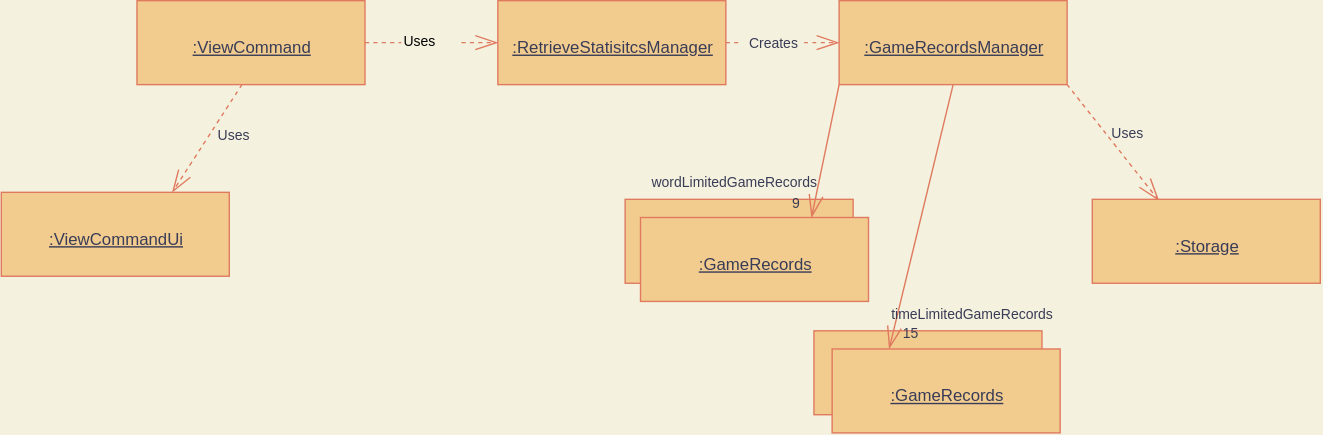
This is docs/uml/ViewStatistics-4.drawio.svg from nus-cs2113-AY2122S1/tp, a draw.io export, as it was before one commit. Source tidied: cells renumbered, new cells last; positions are measured from the earlier drawing's top-left corner, leaving out a move shared by most shapes. The source it was exported from:
```xml
<mxGraphModel background="#F4F1DE">
  <root>
    <mxCell id="0" />
    <mxCell id="1" parent="0" />
    <mxCell id="2" style="edgeStyle=none;rounded=0;sketch=0;hachureGap=4;jettySize=auto;html=1;exitX=1;exitY=0.5;exitDx=0;exitDy=0;fontFamily=Architects Daughter;fontSource=https%3A%2F%2Ffonts.googleapis.com%2Fcss%3Ffamily%3DArchitects%2BDaughter;fontSize=16;endArrow=openThin;startSize=14;endSize=14;targetPerimeterSpacing=8;entryX=0;entryY=0.5;entryDx=0;entryDy=0;endFill=0;strokeColor=#E07A5F;fontColor=#393C56;dashed=1;startArrow=none;startFill=0;labelBackgroundColor=#F4F1DE;" parent="1" edge="1" source="22" target="4">
      <mxGeometry relative="1" as="geometry" />
    </mxCell>
    <mxCell id="3" style="edgeStyle=none;curved=1;rounded=1;sketch=0;hachureGap=4;jettySize=auto;html=1;exitX=1;exitY=0.5;exitDx=0;exitDy=0;entryX=0;entryY=0.5;entryDx=0;entryDy=0;dashed=1;fontFamily=Helvetica;fontSize=10;fontColor=#393C56;startArrow=none;startFill=0;endArrow=openThin;endFill=0;startSize=14;endSize=14;targetPerimeterSpacing=8;strokeColor=#E07A5F;fillColor=#F2CC8F;labelBackgroundColor=#F4F1DE;" parent="1" edge="1" source="20" target="7">
      <mxGeometry relative="1" as="geometry" />
    </mxCell>
    <mxCell id="4" value="&lt;font face=&quot;Helvetica&quot; style=&quot;font-size: 12px&quot;&gt;&lt;u&gt;:RetrieveStatisitcsManager&lt;/u&gt;&lt;/font&gt;" style="html=1;sketch=0;hachureGap=4;fontFamily=Architects Daughter;fontSource=https%3A%2F%2Ffonts.googleapis.com%2Fcss%3Ffamily%3DArchitects%2BDaughter;fontSize=20;fillColor=#F2CC8F;strokeColor=#E07A5F;fontColor=#393C56;" parent="1" vertex="1">
      <mxGeometry x="355" width="163" height="60" as="geometry" />
    </mxCell>
    <mxCell id="5" value="&lt;font face=&quot;Helvetica&quot; style=&quot;font-size: 12px&quot;&gt;&lt;u&gt;:ViewCommand&lt;/u&gt;&lt;/font&gt;" style="html=1;sketch=0;hachureGap=4;fontFamily=Architects Daughter;fontSource=https%3A%2F%2Ffonts.googleapis.com%2Fcss%3Ffamily%3DArchitects%2BDaughter;fontSize=20;fillColor=#F2CC8F;strokeColor=#E07A5F;fontColor=#393C56;" parent="1" vertex="1">
      <mxGeometry x="97" width="163" height="60" as="geometry" />
    </mxCell>
    <mxCell id="6" style="edgeStyle=none;curved=1;rounded=1;sketch=0;hachureGap=4;jettySize=auto;html=1;entryX=0.292;entryY=0.015;entryDx=0;entryDy=0;entryPerimeter=0;dashed=1;fontFamily=Helvetica;fontSize=12;fontColor=#393C56;startArrow=none;startFill=0;endArrow=openThin;endFill=0;startSize=14;endSize=14;sourcePerimeterSpacing=8;targetPerimeterSpacing=8;strokeColor=#E07A5F;fillColor=#F2CC8F;exitX=1;exitY=1;exitDx=0;exitDy=0;labelBackgroundColor=#F4F1DE;" parent="1" edge="1" source="7" target="18">
      <mxGeometry x="0.12" y="4" relative="1" as="geometry" />
    </mxCell>
    <mxCell id="7" value="&lt;font face=&quot;Helvetica&quot; style=&quot;font-size: 12px&quot;&gt;&lt;u&gt;:GameRecordsManager&lt;/u&gt;&lt;/font&gt;" style="html=1;sketch=0;hachureGap=4;fontFamily=Architects Daughter;fontSource=https%3A%2F%2Ffonts.googleapis.com%2Fcss%3Ffamily%3DArchitects%2BDaughter;fontSize=20;fillColor=#F2CC8F;strokeColor=#E07A5F;fontColor=#393C56;" parent="1" vertex="1">
      <mxGeometry x="599" width="163" height="60" as="geometry" />
    </mxCell>
    <mxCell id="8" style="html=1;sketch=0;hachureGap=4;fontFamily=Architects Daughter;fontSource=https%3A%2F%2Ffonts.googleapis.com%2Fcss%3Ffamily%3DArchitects%2BDaughter;fontSize=20;fillColor=#F2CC8F;strokeColor=#E07A5F;fontColor=#393C56;" parent="1" vertex="1">
      <mxGeometry x="446" y="142" width="163" height="60" as="geometry" />
    </mxCell>
    <mxCell id="9" value="&lt;font face=&quot;Helvetica&quot; style=&quot;font-size: 12px&quot;&gt;&lt;u&gt;:GameRecords&lt;/u&gt;&lt;/font&gt;" style="html=1;sketch=0;hachureGap=4;fontFamily=Architects Daughter;fontSource=https%3A%2F%2Ffonts.googleapis.com%2Fcss%3Ffamily%3DArchitects%2BDaughter;fontSize=20;fillColor=#F2CC8F;strokeColor=#E07A5F;fontColor=#393C56;" parent="1" vertex="1">
      <mxGeometry x="457" y="155" width="163" height="60" as="geometry" />
    </mxCell>
    <mxCell id="10" style="edgeStyle=none;rounded=0;sketch=0;hachureGap=4;jettySize=auto;html=1;exitX=0.75;exitY=0;exitDx=0;exitDy=0;fontFamily=Architects Daughter;fontSource=https%3A%2F%2Ffonts.googleapis.com%2Fcss%3Ffamily%3DArchitects%2BDaughter;fontSize=16;endArrow=none;startSize=14;endSize=14;sourcePerimeterSpacing=8;targetPerimeterSpacing=8;endFill=0;strokeColor=#E07A5F;fontColor=#393C56;entryX=0;entryY=1;entryDx=0;entryDy=0;startArrow=openThin;startFill=0;labelBackgroundColor=#F4F1DE;" parent="1" edge="1" source="9">
      <mxGeometry relative="1" as="geometry">
        <mxPoint x="599" y="60" as="targetPoint" />
      </mxGeometry>
    </mxCell>
    <mxCell id="11" value="wordLimitedGameRecords" style="edgeLabel;html=1;align=center;verticalAlign=middle;fontSize=10;fontFamily=Helvetica;fontColor=#393C56;labelBackgroundColor=none;" parent="10" vertex="1">
      <mxGeometry x="0.19" y="2" relative="1" as="geometry">
        <mxPoint x="-66" y="31" as="offset" />
      </mxGeometry>
    </mxCell>
    <mxCell id="12" value="9" style="edgeLabel;html=1;align=center;verticalAlign=middle;fontSize=10;fontFamily=Helvetica;fontColor=#393C56;labelBackgroundColor=none;" parent="10" vertex="1">
      <mxGeometry x="-0.13" y="1" relative="1" as="geometry">
        <mxPoint x="-19" y="31" as="offset" />
      </mxGeometry>
    </mxCell>
    <mxCell id="13" style="html=1;sketch=0;hachureGap=4;fontFamily=Architects Daughter;fontSource=https%3A%2F%2Ffonts.googleapis.com%2Fcss%3Ffamily%3DArchitects%2BDaughter;fontSize=20;fillColor=#F2CC8F;strokeColor=#E07A5F;fontColor=#393C56;" parent="1" vertex="1">
      <mxGeometry x="581" y="236" width="163" height="60" as="geometry" />
    </mxCell>
    <mxCell id="14" style="edgeStyle=none;rounded=0;sketch=0;hachureGap=4;jettySize=auto;html=1;exitX=0.25;exitY=0;exitDx=0;exitDy=0;fontFamily=Architects Daughter;fontSource=https%3A%2F%2Ffonts.googleapis.com%2Fcss%3Ffamily%3DArchitects%2BDaughter;fontSize=16;endArrow=none;startSize=14;endSize=14;sourcePerimeterSpacing=8;targetPerimeterSpacing=8;endFill=0;strokeColor=#E07A5F;fontColor=#393C56;entryX=0.5;entryY=1;entryDx=0;entryDy=0;startArrow=openThin;startFill=0;labelBackgroundColor=#F4F1DE;" parent="1" edge="1" source="17" target="7">
      <mxGeometry relative="1" as="geometry" />
    </mxCell>
    <mxCell id="15" value="&lt;font style=&quot;font-size: 10px&quot;&gt;timeLimitedGameRecords&lt;/font&gt;" style="edgeLabel;html=1;align=center;verticalAlign=middle;fontSize=12;fontFamily=Helvetica;fontColor=#393C56;labelBackgroundColor=none;" parent="14" vertex="1">
      <mxGeometry x="-0.04" relative="1" as="geometry">
        <mxPoint x="37" y="65" as="offset" />
      </mxGeometry>
    </mxCell>
    <mxCell id="16" value="&lt;font style=&quot;font-size: 10px&quot;&gt;15&lt;/font&gt;" style="edgeLabel;html=1;align=center;verticalAlign=middle;fontSize=12;fontFamily=Helvetica;fontColor=#393C56;labelBackgroundColor=none;" parent="14" vertex="1">
      <mxGeometry x="-0.14" y="-1" relative="1" as="geometry">
        <mxPoint x="-6" y="69" as="offset" />
      </mxGeometry>
    </mxCell>
    <mxCell id="17" value="&lt;font face=&quot;Helvetica&quot; style=&quot;font-size: 12px&quot;&gt;&lt;u&gt;:GameRecords&lt;/u&gt;&lt;/font&gt;" style="html=1;sketch=0;hachureGap=4;fontFamily=Architects Daughter;fontSource=https%3A%2F%2Ffonts.googleapis.com%2Fcss%3Ffamily%3DArchitects%2BDaughter;fontSize=20;fillColor=#F2CC8F;strokeColor=#E07A5F;fontColor=#393C56;" parent="1" vertex="1">
      <mxGeometry x="594" y="249" width="163" height="60" as="geometry" />
    </mxCell>
    <mxCell id="18" value="&lt;font face=&quot;Helvetica&quot; style=&quot;font-size: 12px&quot;&gt;&lt;u&gt;:Storage&lt;/u&gt;&lt;/font&gt;" style="html=1;sketch=0;hachureGap=4;fontFamily=Architects Daughter;fontSource=https%3A%2F%2Ffonts.googleapis.com%2Fcss%3Ffamily%3DArchitects%2BDaughter;fontSize=20;fillColor=#F2CC8F;strokeColor=#E07A5F;fontColor=#393C56;" parent="1" vertex="1">
      <mxGeometry x="780" y="142" width="163" height="60" as="geometry" />
    </mxCell>
    <mxCell id="19" value="Uses" style="edgeLabel;html=1;align=center;verticalAlign=middle;fontSize=10;fontFamily=Helvetica;fontColor=#393C56;labelBackgroundColor=none;" parent="1" vertex="1">
      <mxGeometry x="830" y="87" as="geometry">
        <mxPoint x="-26" y="7" as="offset" />
      </mxGeometry>
    </mxCell>
    <mxCell id="20" value="Creates" style="text;html=1;align=center;verticalAlign=middle;points=[];strokeColor=none;fillColor=none;rounded=0;labelBackgroundColor=none;sketch=1;hachureGap=4;fontFamily=Helvetica;fontSize=10;fontColor=#393C56;" parent="1" vertex="1">
      <mxGeometry x="529" y="22" width="45" height="16" as="geometry" />
    </mxCell>
    <mxCell id="21" style="edgeStyle=none;curved=1;rounded=1;sketch=0;hachureGap=4;jettySize=auto;html=1;exitX=1;exitY=0.5;exitDx=0;exitDy=0;entryX=0;entryY=0.5;entryDx=0;entryDy=0;dashed=1;fontFamily=Helvetica;fontSize=10;fontColor=#393C56;startArrow=none;startFill=0;endArrow=none;endFill=0;startSize=14;endSize=14;sourcePerimeterSpacing=8;strokeColor=#E07A5F;fillColor=#F2CC8F;labelBackgroundColor=#F4F1DE;" parent="1" edge="1" source="4" target="20">
      <mxGeometry relative="1" as="geometry" />
    </mxCell>
    <mxCell id="22" value="&lt;span style=&quot;color: rgb(0 , 0 , 0) ; font-family: &amp;#34;helvetica&amp;#34; ; font-size: 10px ; font-style: normal ; font-weight: 400 ; letter-spacing: normal ; text-align: center ; text-indent: 0px ; text-transform: none ; word-spacing: 0px ; display: inline ; float: none&quot;&gt;Uses&lt;/span&gt;" style="text;whiteSpace=wrap;html=1;fontSize=10;fontFamily=Helvetica;fontColor=#393C56;" parent="1" vertex="1">
      <mxGeometry x="286" y="17" width="43" height="26" as="geometry" />
    </mxCell>
    <mxCell id="23" style="edgeStyle=none;rounded=0;sketch=0;hachureGap=4;jettySize=auto;html=1;exitX=1;exitY=0.5;exitDx=0;exitDy=0;fontFamily=Architects Daughter;fontSource=https%3A%2F%2Ffonts.googleapis.com%2Fcss%3Ffamily%3DArchitects%2BDaughter;fontSize=16;endArrow=none;startSize=14;endSize=14;sourcePerimeterSpacing=8;entryX=0;entryY=0.5;entryDx=0;entryDy=0;endFill=0;strokeColor=#E07A5F;fontColor=#393C56;dashed=1;startArrow=none;startFill=0;labelBackgroundColor=#F4F1DE;" parent="1" edge="1" source="5" target="22">
      <mxGeometry relative="1" as="geometry" />
    </mxCell>
    <mxCell id="24" value="&lt;font face=&quot;Helvetica&quot; style=&quot;font-size: 12px&quot;&gt;&lt;u&gt;:ViewCommandUi&lt;/u&gt;&lt;/font&gt;" style="html=1;sketch=0;hachureGap=4;fontFamily=Architects Daughter;fontSource=https%3A%2F%2Ffonts.googleapis.com%2Fcss%3Ffamily%3DArchitects%2BDaughter;fontSize=20;fillColor=#F2CC8F;strokeColor=#E07A5F;fontColor=#393C56;" parent="1" vertex="1">
      <mxGeometry y="137" width="163" height="60" as="geometry" />
    </mxCell>
    <mxCell id="25" style="edgeStyle=none;curved=1;rounded=1;sketch=0;hachureGap=4;jettySize=auto;html=1;entryX=0.75;entryY=0;entryDx=0;entryDy=0;dashed=1;fontFamily=Helvetica;fontSize=12;fontColor=#393C56;startArrow=none;startFill=0;endArrow=openThin;endFill=0;startSize=14;endSize=14;sourcePerimeterSpacing=8;targetPerimeterSpacing=8;strokeColor=#E07A5F;fillColor=#F2CC8F;exitX=1;exitY=1;exitDx=0;exitDy=0;labelBackgroundColor=#F4F1DE;" parent="1" edge="1" target="24">
      <mxGeometry x="0.12" y="4" relative="1" as="geometry">
        <mxPoint x="172" y="60" as="sourcePoint" />
      </mxGeometry>
    </mxCell>
    <mxCell id="26" value="&lt;font face=&quot;Helvetica&quot;&gt;&lt;span style=&quot;font-size: 10px&quot;&gt;Uses&lt;/span&gt;&lt;/font&gt;" style="text;html=1;align=center;verticalAlign=middle;strokeColor=none;fillColor=none;rounded=0;sketch=1;hachureGap=4;fontFamily=Architects Daughter;fontSource=https%3A%2F%2Ffonts.googleapis.com%2Fcss%3Ffamily%3DArchitects%2BDaughter;fontSize=20;fontColor=#393C56;" parent="1" vertex="1">
      <mxGeometry x="149" y="76" width="33" height="32" as="geometry" />
    </mxCell>
  </root>
</mxGraphModel>
```
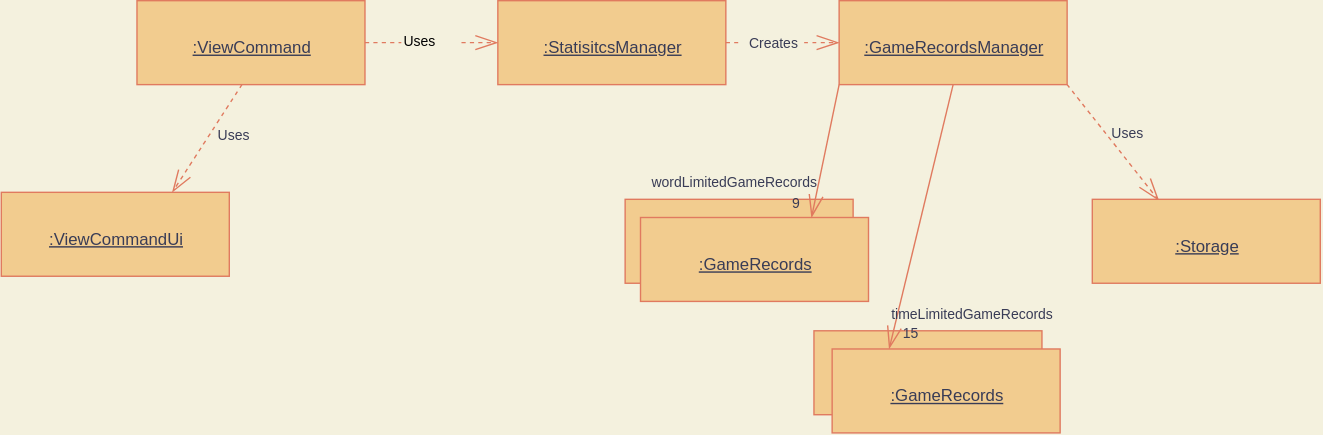
After the commit.

Commit message:
Complete developer guide for View Statistics feature.

Change to the diagram source:
```diff
@@ -8,7 +8,7 @@
     <mxCell id="3" style="edgeStyle=none;curved=1;rounded=1;sketch=0;hachureGap=4;jettySize=auto;html=1;exitX=1;exitY=0.5;exitDx=0;exitDy=0;entryX=0;entryY=0.5;entryDx=0;entryDy=0;dashed=1;fontFamily=Helvetica;fontSize=10;fontColor=#393C56;startArrow=none;startFill=0;endArrow=openThin;endFill=0;startSize=14;endSize=14;targetPerimeterSpacing=8;strokeColor=#E07A5F;fillColor=#F2CC8F;labelBackgroundColor=#F4F1DE;" parent="1" edge="1" source="20" target="7">
       <mxGeometry relative="1" as="geometry" />
     </mxCell>
-    <mxCell id="4" value="&lt;font face=&quot;Helvetica&quot; style=&quot;font-size: 12px&quot;&gt;&lt;u&gt;:RetrieveStatisitcsManager&lt;/u&gt;&lt;/font&gt;" style="html=1;sketch=0;hachureGap=4;fontFamily=Architects Daughter;fontSource=https%3A%2F%2Ffonts.googleapis.com%2Fcss%3Ffamily%3DArchitects%2BDaughter;fontSize=20;fillColor=#F2CC8F;strokeColor=#E07A5F;fontColor=#393C56;" parent="1" vertex="1">
+    <mxCell id="4" value="&lt;font face=&quot;Helvetica&quot; style=&quot;font-size: 12px&quot;&gt;&lt;u&gt;:StatisitcsManager&lt;/u&gt;&lt;/font&gt;" style="html=1;sketch=0;hachureGap=4;fontFamily=Architects Daughter;fontSource=https%3A%2F%2Ffonts.googleapis.com%2Fcss%3Ffamily%3DArchitects%2BDaughter;fontSize=20;fillColor=#F2CC8F;strokeColor=#E07A5F;fontColor=#393C56;" parent="1" vertex="1">
       <mxGeometry x="355" width="163" height="60" as="geometry" />
     </mxCell>
     <mxCell id="5" value="&lt;font face=&quot;Helvetica&quot; style=&quot;font-size: 12px&quot;&gt;&lt;u&gt;:ViewCommand&lt;/u&gt;&lt;/font&gt;" style="html=1;sketch=0;hachureGap=4;fontFamily=Architects Daughter;fontSource=https%3A%2F%2Ffonts.googleapis.com%2Fcss%3Ffamily%3DArchitects%2BDaughter;fontSize=20;fillColor=#F2CC8F;strokeColor=#E07A5F;fontColor=#393C56;" parent="1" vertex="1">
```
